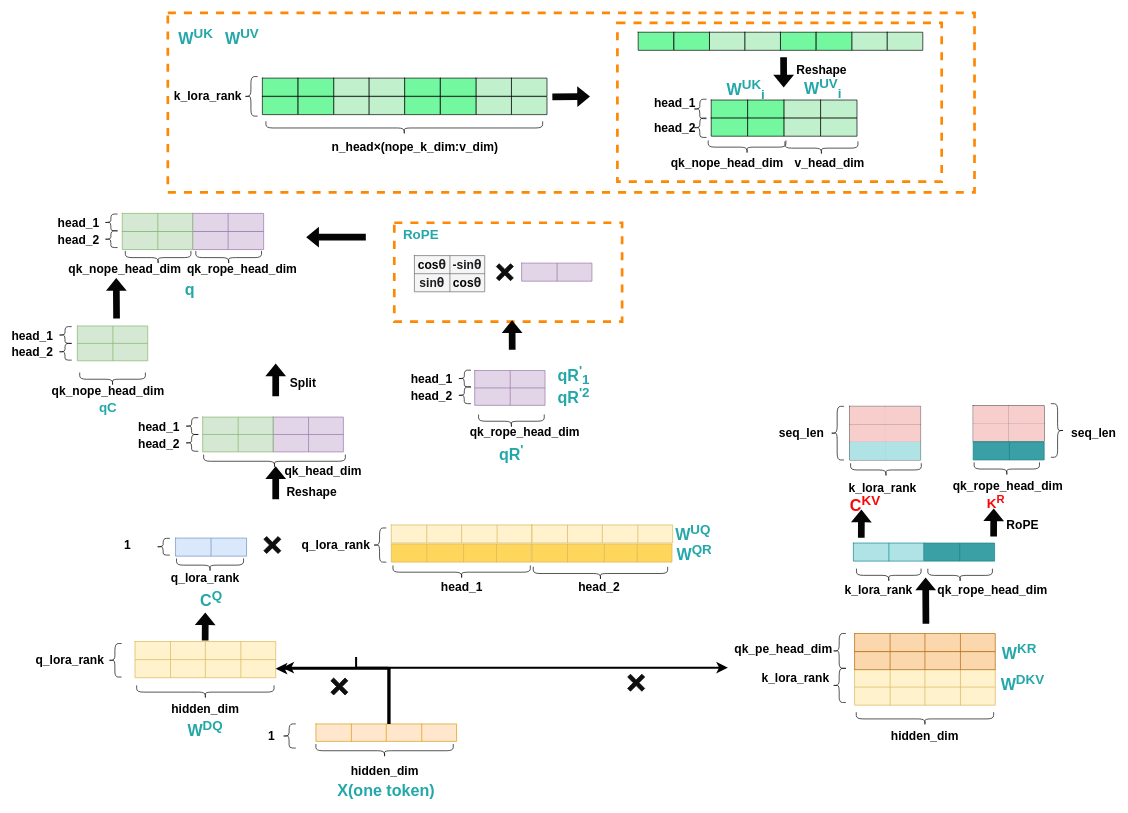
Before: drawio_images/MLA.drawio in zty-king/zty-king, a draw.io diagram. Source tidied: cells renumbered, new cells numbered last; positions are measured from the earlier drawing's top-left corner, leaving out a move shared by most shapes. Both pictures are drawn from the tidied source at 67%, with x=0, y=0 at pixel (12, -11).
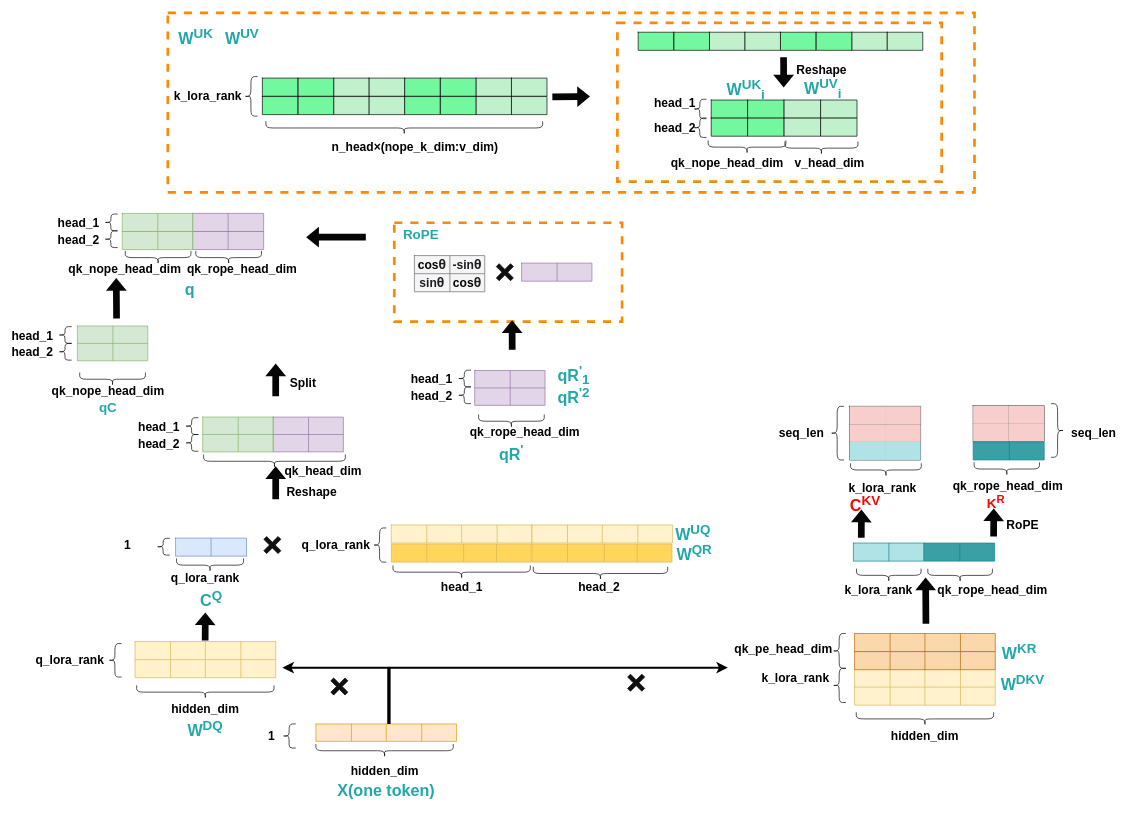
The same page after the edit.

The change refers to these unchanged cells:
```xml
<mxCell id="15" style="shape=tableRow;horizontal=0;startSize=0;swimlaneHead=0;swimlaneBody=0;strokeColor=inherit;top=0;left=0;bottom=0;right=0;fillColor=none;points=[[0,0.5],[1,0.5]];portConstraint=eastwest;fontSize=16;" parent="9" vertex="1">
  <mxGeometry y="27" width="210" height="27" as="geometry" />
</mxCell>
```

What changed in the source:
```diff
@@
-    <mxCell id="29" style="edgeStyle=segmentEdgeStyle;endArrow=classic;html=1;curved=0;rounded=0;endSize=8;startSize=8;exitX=0.505;exitY=0;exitDx=0;exitDy=0;exitPerimeter=0;entryX=1;entryY=0.5;entryDx=0;entryDy=0;strokeWidth=3;" parent="1" edge="1" target="15">
-      <mxGeometry relative="1" as="geometry">
-        <mxPoint x="513" y="996" as="sourcePoint" />
-        <Array as="points">
-          <mxPoint x="559" y="1012" />
-        </Array>
-      </mxGeometry>
-    </mxCell>
```
